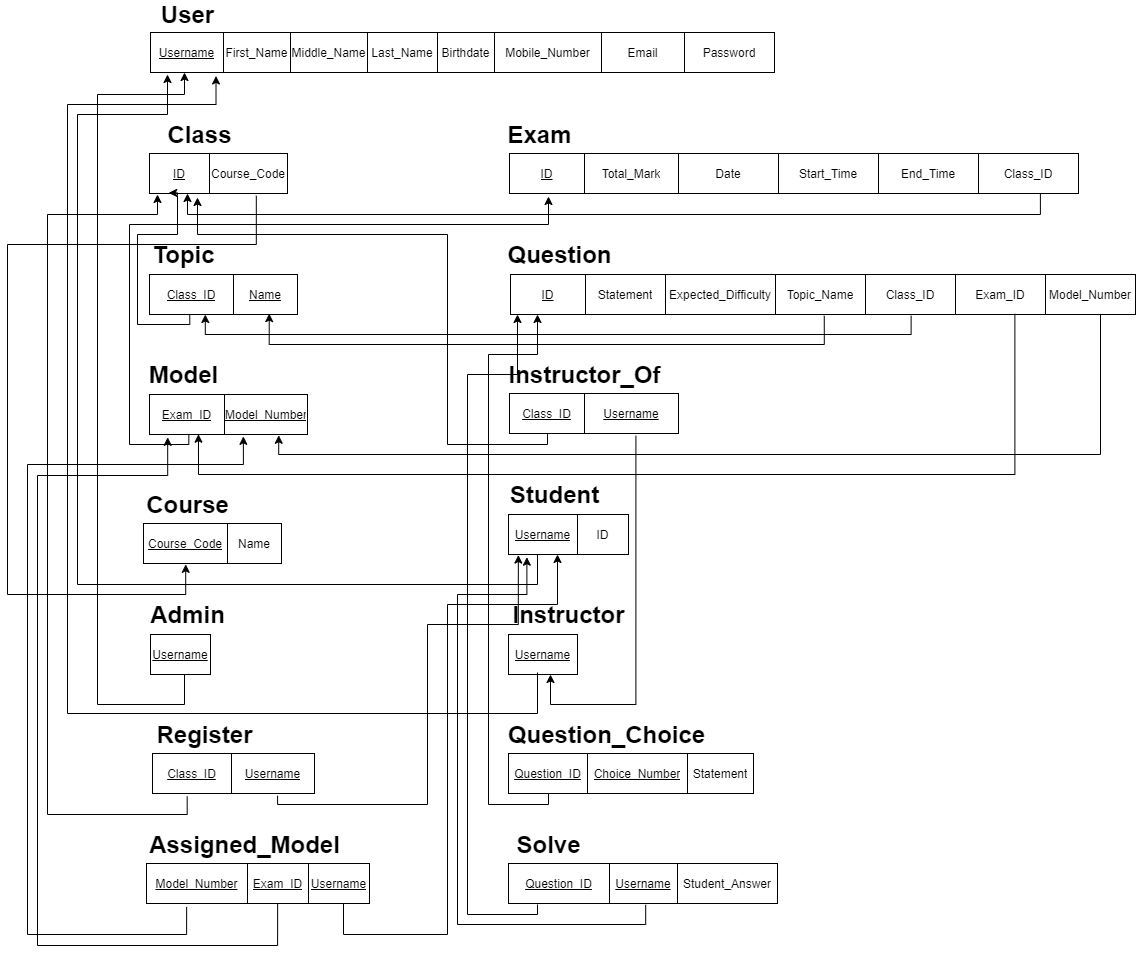
The draw.io diagram Database Design/schema.png in aymanred121/Examination-Management-System, before a commit. Source tidied: cells renumbered, new cells last; positions are measured from the earlier drawing's top-left corner, leaving out a move shared by most shapes.
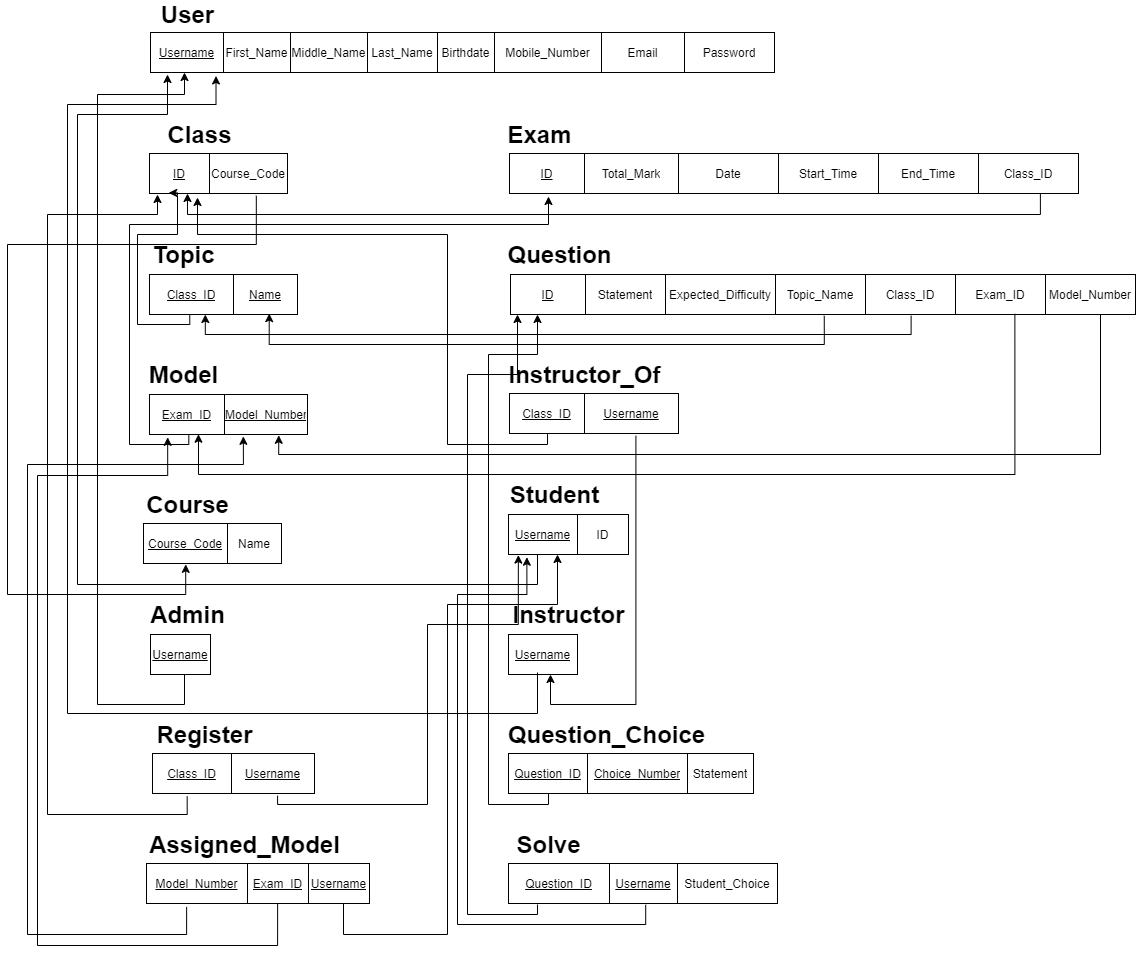
Later version of the same file.

The edit, as a diff of the source:
```diff
@@ -376,7 +376,7 @@
     <mxCell id="97" value="&lt;u&gt;Username&lt;/u&gt;" style="shape=partialRectangle;html=1;whiteSpace=wrap;overflow=hidden;fillColor=none;top=0;left=0;bottom=0;right=0;" parent="95" vertex="1">
       <mxGeometry x="101" width="68" height="40" as="geometry" />
     </mxCell>
-    <mxCell id="98" value="Student_Answer" style="shape=partialRectangle;html=1;whiteSpace=wrap;overflow=hidden;fillColor=none;top=0;left=0;bottom=0;right=0;" parent="95" vertex="1">
+    <mxCell id="98" value="Student_Choice" style="shape=partialRectangle;html=1;whiteSpace=wrap;overflow=hidden;fillColor=none;top=0;left=0;bottom=0;right=0;" parent="95" vertex="1">
       <mxGeometry x="169" width="100" height="40" as="geometry" />
     </mxCell>
     <mxCell id="99" value="&lt;font size=&quot;1&quot;&gt;&lt;b style=&quot;font-size: 24px&quot;&gt;Solve&lt;/b&gt;&lt;/font&gt;" style="text;html=1;align=center;verticalAlign=middle;" parent="1" vertex="1">
```
